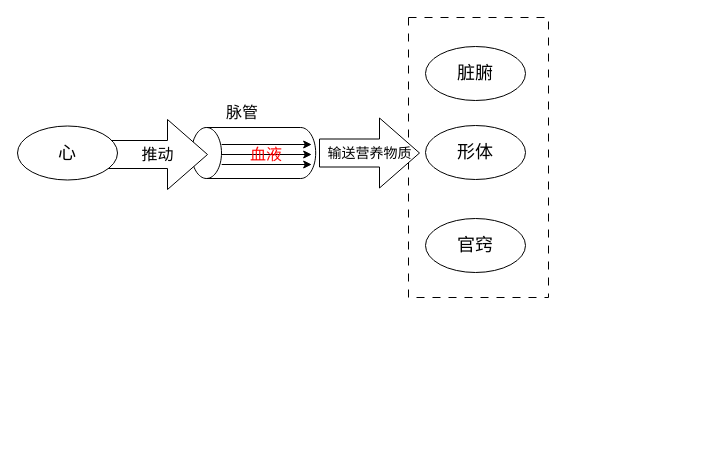
Above: 医门推敲叁/中医藏象学说/藏象学说之心/心主血脉理解.drawio in 328507133/chart (draw.io), before the change. Source tidied: cells renumbered, new cells numbered last; positions are measured from the earlier drawing's top-left corner, leaving out a move shared by most shapes. Both pictures are drawn from the tidied source at 100%, with x=0, y=0 at pixel (17, 17).
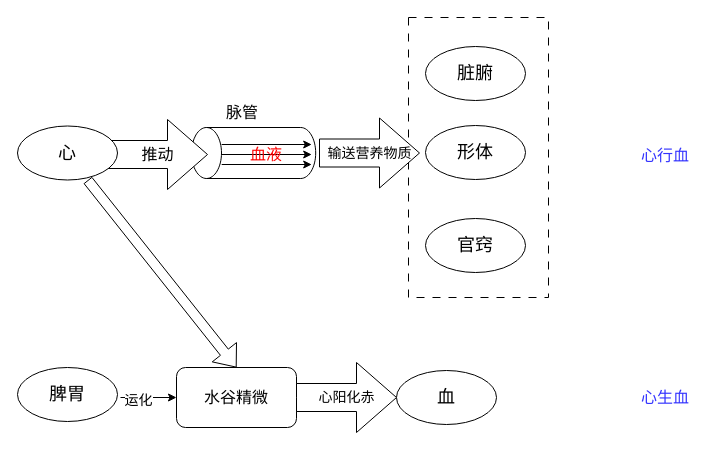
The same diagram, later.

Commit message (it also covers changes not shown here):
更新心主血脉理解.drawio

The change refers to these unchanged cells:
```xml
<mxCell id="14" value="心" style="ellipse;whiteSpace=wrap;html=1;fontSize=18;" parent="1" vertex="1">
  <mxGeometry y="108.5" width="100" height="54" as="geometry" />
</mxCell>
```

Change to the diagram source:
```diff
@@
+    <mxCell id="17" value="&lt;font style=&quot;font-size: 16px;&quot;&gt;心行血&lt;/font&gt;" style="text;html=1;strokeColor=none;fillColor=none;align=center;verticalAlign=middle;whiteSpace=wrap;rounded=0;fontColor=#3333FF;" parent="1" vertex="1">
+      <mxGeometry x="603" y="128" width="90" height="19" as="geometry" />
+    </mxCell>
+    <mxCell id="18" value="脾胃" style="ellipse;whiteSpace=wrap;html=1;fontSize=18;" parent="1" vertex="1">
+      <mxGeometry y="350" width="100" height="54" as="geometry" />
+    </mxCell>
+    <mxCell id="19" value="水谷精微" style="rounded=1;whiteSpace=wrap;html=1;fontSize=16;" parent="1" vertex="1">
+      <mxGeometry x="159" y="350" width="120" height="60" as="geometry" />
+    </mxCell>
+    <mxCell id="20" style="endArrow=classic;html=1;rounded=0;entryX=0;entryY=0.5;entryDx=0;entryDy=0;" parent="1" edge="1" target="19">
+      <mxGeometry relative="1" as="geometry">
+        <mxPoint x="103" y="380" as="sourcePoint" />
+      </mxGeometry>
+    </mxCell>
+    <mxCell id="21" value="&lt;font style=&quot;font-size: 14px;&quot;&gt;运化&lt;/font&gt;" style="edgeLabel;html=1;align=center;verticalAlign=middle;" parent="20" vertex="1">
+      <mxGeometry x="-0.4" y="-2" relative="1" as="geometry" />
+    </mxCell>
+    <mxCell id="22" style="shape=flexArrow;endArrow=classic;html=1;rounded=0;exitX=0.702;exitY=1.002;exitDx=0;exitDy=0;exitPerimeter=0;entryX=0.5;entryY=0;entryDx=0;entryDy=0;" parent="1" edge="1" source="14" target="19">
+      <mxGeometry relative="1" as="geometry" />
+    </mxCell>
+    <mxCell id="23" value="心阳化赤" style="html=1;shadow=0;dashed=0;align=center;verticalAlign=middle;shape=mxgraph.arrows2.arrow;dy=0.6;dx=40;notch=0;fontSize=14;" parent="1" vertex="1">
+      <mxGeometry x="279" y="345" width="100" height="70" as="geometry" />
+    </mxCell>
+    <mxCell id="24" value="血" style="ellipse;whiteSpace=wrap;html=1;fontSize=18;" parent="1" vertex="1">
+      <mxGeometry x="379" y="353" width="100" height="54" as="geometry" />
+    </mxCell>
+    <mxCell id="25" value="&lt;font style=&quot;font-size: 16px;&quot;&gt;心生血&lt;/font&gt;" style="text;html=1;strokeColor=none;fillColor=none;align=center;verticalAlign=middle;whiteSpace=wrap;rounded=0;fontColor=#3333FF;" parent="1" vertex="1">
+      <mxGeometry x="603" y="370.5" width="90" height="19" as="geometry" />
+    </mxCell>
```
